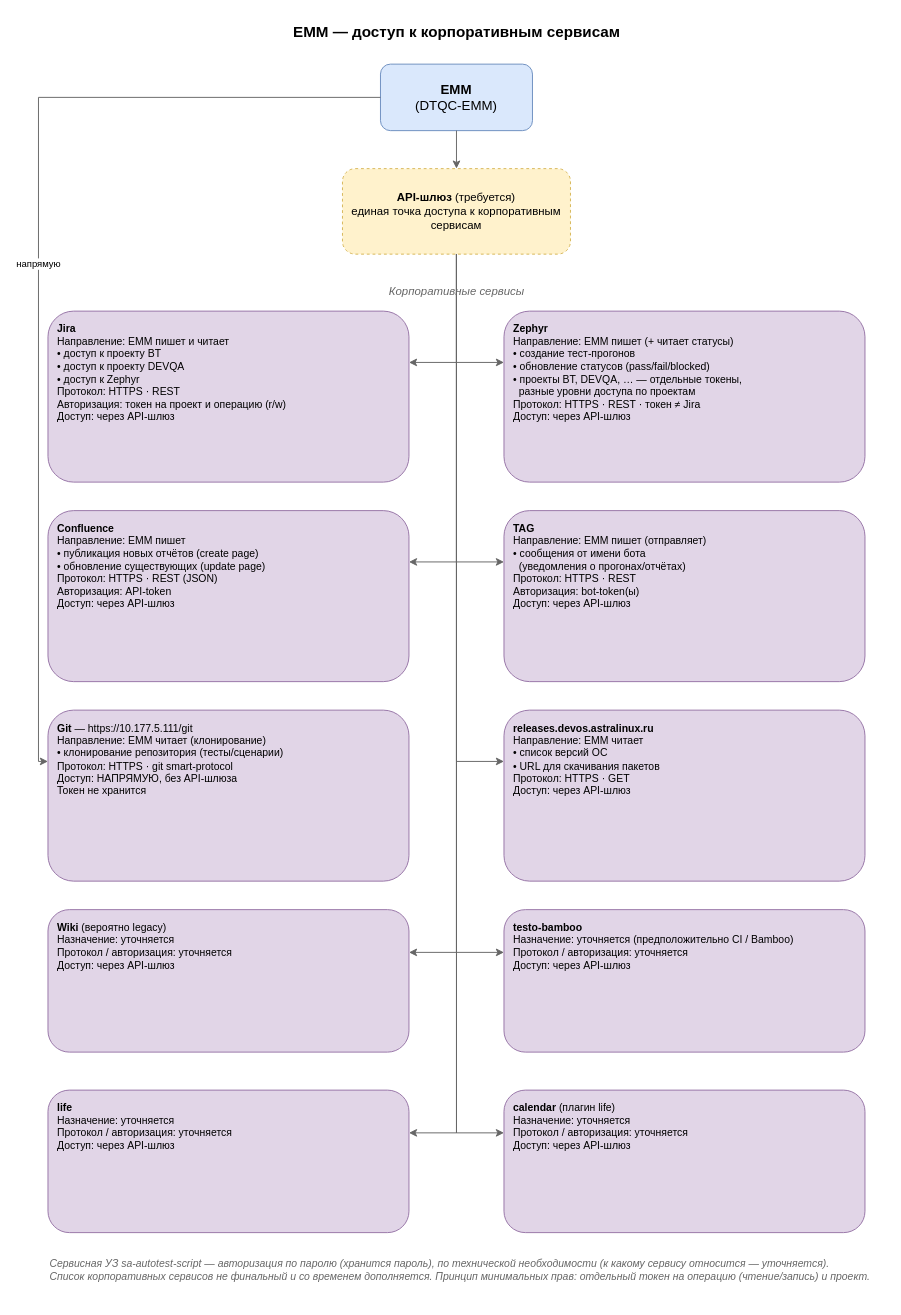
Earlier version of the draw.io diagram dbos_server_service/diagrams/external-integrations.drawio (N2OCaKeS/stress_test). Source tidied: cells renumbered, new cells numbered last; positions are measured from the earlier drawing's top-left corner, leaving out a move shared by most shapes. Both pictures are drawn from the tidied source at 95%, with x=0, y=0 at pixel (28, 16).
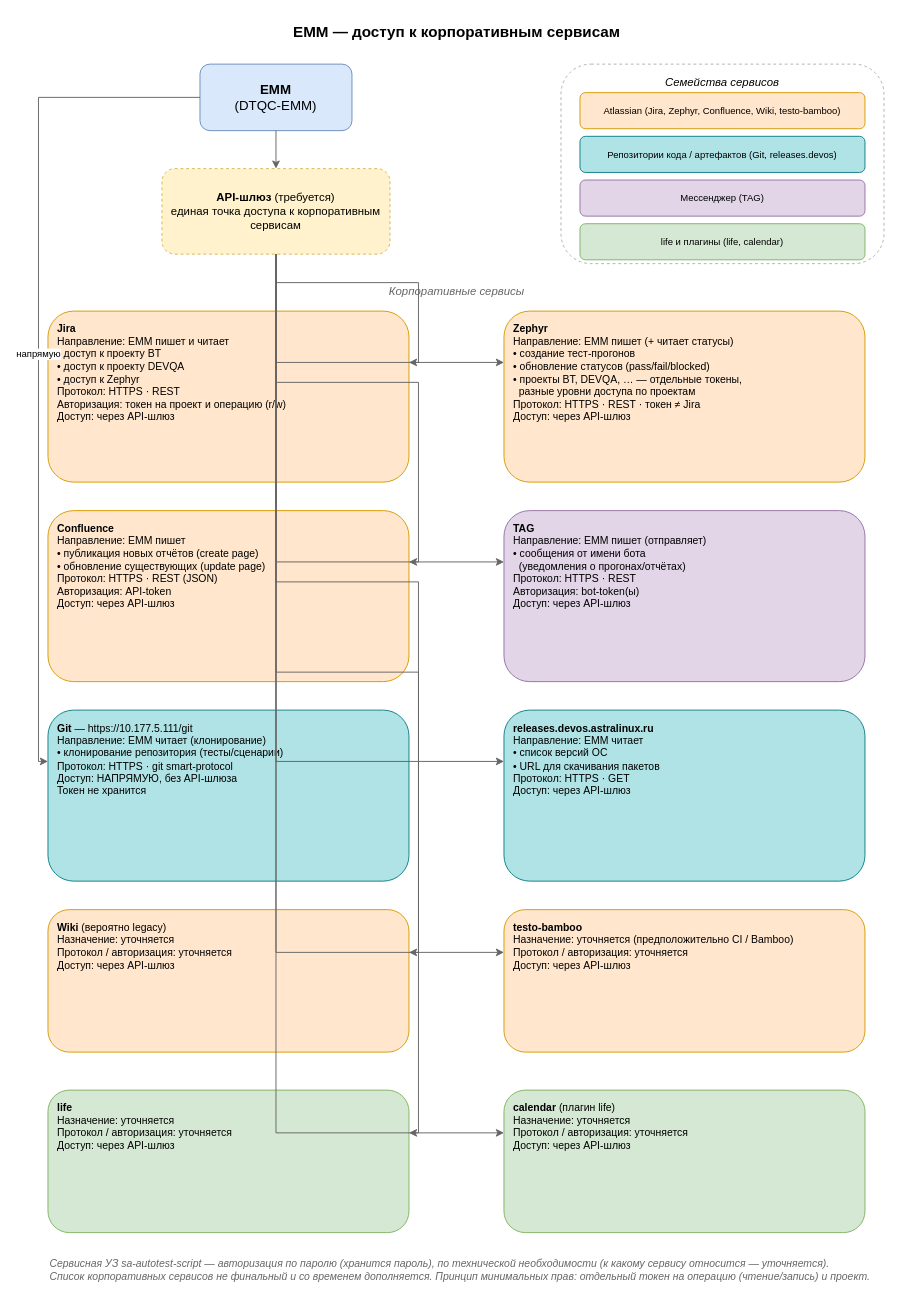
Above is the later version.

Commit message:
color service blocks by family with a family legend

Change to the diagram source:
```diff
@@
     <mxCell id="3" value="&lt;b&gt;EMM&lt;/b&gt;&lt;br&gt;(DTQC-EMM)" style="rounded=1;whiteSpace=wrap;html=1;fillColor=#dae8fc;strokeColor=#6c8ebf;fontSize=14;" parent="1" vertex="1">
-      <mxGeometry x="370" y="50" width="160" height="70" as="geometry" />
+      <mxGeometry x="180" y="50" width="160" height="70" as="geometry" />
     </mxCell>
     <mxCell id="4" value="&lt;b&gt;API-шлюз&lt;/b&gt; (требуется)&lt;br&gt;единая точка доступа к корпоративным сервисам" style="rounded=1;whiteSpace=wrap;html=1;fillColor=#fff2cc;strokeColor=#d6b656;dashed=1;fontSize=12;" parent="1" vertex="1">
-      <mxGeometry x="330" y="160" width="240" height="90" as="geometry" />
+      <mxGeometry x="140" y="160" width="240" height="90" as="geometry" />
     </mxCell>
+    <mxCell id="28" value="Семейства сервисов" style="rounded=1;whiteSpace=wrap;html=1;fillColor=none;strokeColor=#b0b0b0;verticalAlign=top;align=center;spacingTop=6;fontStyle=2;dashed=1;" parent="1" vertex="1">
+      <mxGeometry x="560" y="50" width="340" height="210" as="geometry" />
+    </mxCell>
+    <mxCell id="29" value="Atlassian (Jira, Zephyr, Confluence, Wiki, testo-bamboo)" style="rounded=1;whiteSpace=wrap;html=1;fillColor=#ffe6cc;strokeColor=#d79b00;fontSize=10;" parent="1" vertex="1">
+      <mxGeometry x="580" y="80" width="300" height="38" as="geometry" />
+    </mxCell>
+    <mxCell id="30" value="Репозитории кода / артефактов (Git, releases.devos)" style="rounded=1;whiteSpace=wrap;html=1;fillColor=#b0e3e6;strokeColor=#0e8088;fontSize=10;" parent="1" vertex="1">
+      <mxGeometry x="580" y="126" width="300" height="38" as="geometry" />
+    </mxCell>
+    <mxCell id="31" value="Мессенджер (TAG)" style="rounded=1;whiteSpace=wrap;html=1;fillColor=#e1d5e7;strokeColor=#9673a6;fontSize=10;" parent="1" vertex="1">
+      <mxGeometry x="580" y="172" width="300" height="38" as="geometry" />
+    </mxCell>
+    <mxCell id="32" value="life и плагины (life, calendar)" style="rounded=1;whiteSpace=wrap;html=1;fillColor=#d5e8d4;strokeColor=#82b366;fontSize=10;" parent="1" vertex="1">
+      <mxGeometry x="580" y="218" width="300" height="38" as="geometry" />
+    </mxCell>
@@
-    <mxCell id="6" value="&lt;b&gt;Jira&lt;/b&gt;&lt;br&gt;Направление: EMM пишет и читает&lt;br&gt;• доступ к проекту BT&lt;br&gt;• доступ к проекту DEVQA&lt;br&gt;• доступ к Zephyr&lt;br&gt;Протокол: HTTPS · REST&lt;br&gt;Авторизация: токен на проект и операцию (r/w)&lt;br&gt;Доступ: через API-шлюз" style="rounded=1;whiteSpace=wrap;html=1;fillColor=#e1d5e7;strokeColor=#9673a6;align=left;verticalAlign=top;spacingLeft=8;spacingTop=6;fontSize=11;" parent="1" vertex="1">
+    <mxCell id="6" value="&lt;b&gt;Jira&lt;/b&gt;&lt;br&gt;Направление: EMM пишет и читает&lt;br&gt;• доступ к проекту BT&lt;br&gt;• доступ к проекту DEVQA&lt;br&gt;• доступ к Zephyr&lt;br&gt;Протокол: HTTPS · REST&lt;br&gt;Авторизация: токен на проект и операцию (r/w)&lt;br&gt;Доступ: через API-шлюз" style="rounded=1;whiteSpace=wrap;html=1;fillColor=#ffe6cc;strokeColor=#d79b00;align=left;verticalAlign=top;spacingLeft=8;spacingTop=6;fontSize=11;" parent="1" vertex="1">
       <mxGeometry x="20" y="310" width="380" height="180" as="geometry" />
     </mxCell>
-    <mxCell id="7" value="&lt;b&gt;Zephyr&lt;/b&gt;&lt;br&gt;Направление: EMM пишет (+ читает статусы)&lt;br&gt;• создание тест-прогонов&lt;br&gt;• обновление статусов (pass/fail/blocked)&lt;br&gt;• проекты BT, DEVQA, … — отдельные токены,&lt;br&gt;  разные уровни доступа по проектам&lt;br&gt;Протокол: HTTPS · REST · токен ≠ Jira&lt;br&gt;Доступ: через API-шлюз" style="rounded=1;whiteSpace=wrap;html=1;fillColor=#e1d5e7;strokeColor=#9673a6;align=left;verticalAlign=top;spacingLeft=8;spacingTop=6;fontSize=11;" parent="1" vertex="1">
+    <mxCell id="7" value="&lt;b&gt;Zephyr&lt;/b&gt;&lt;br&gt;Направление: EMM пишет (+ читает статусы)&lt;br&gt;• создание тест-прогонов&lt;br&gt;• обновление статусов (pass/fail/blocked)&lt;br&gt;• проекты BT, DEVQA, … — отдельные токены,&lt;br&gt;  разные уровни доступа по проектам&lt;br&gt;Протокол: HTTPS · REST · токен ≠ Jira&lt;br&gt;Доступ: через API-шлюз" style="rounded=1;whiteSpace=wrap;html=1;fillColor=#ffe6cc;strokeColor=#d79b00;align=left;verticalAlign=top;spacingLeft=8;spacingTop=6;fontSize=11;" parent="1" vertex="1">
       <mxGeometry x="500" y="310" width="380" height="180" as="geometry" />
     </mxCell>
-    <mxCell id="8" value="&lt;b&gt;Confluence&lt;/b&gt;&lt;br&gt;Направление: EMM пишет&lt;br&gt;• публикация новых отчётов (create page)&lt;br&gt;• обновление существующих (update page)&lt;br&gt;Протокол: HTTPS · REST (JSON)&lt;br&gt;Авторизация: API-token&lt;br&gt;Доступ: через API-шлюз" style="rounded=1;whiteSpace=wrap;html=1;fillColor=#e1d5e7;strokeColor=#9673a6;align=left;verticalAlign=top;spacingLeft=8;spacingTop=6;fontSize=11;" parent="1" vertex="1">
+    <mxCell id="8" value="&lt;b&gt;Confluence&lt;/b&gt;&lt;br&gt;Направление: EMM пишет&lt;br&gt;• публикация новых отчётов (create page)&lt;br&gt;• обновление существующих (update page)&lt;br&gt;Протокол: HTTPS · REST (JSON)&lt;br&gt;Авторизация: API-token&lt;br&gt;Доступ: через API-шлюз" style="rounded=1;whiteSpace=wrap;html=1;fillColor=#ffe6cc;strokeColor=#d79b00;align=left;verticalAlign=top;spacingLeft=8;spacingTop=6;fontSize=11;" parent="1" vertex="1">
       <mxGeometry x="20" y="520" width="380" height="180" as="geometry" />
     </mxCell>
@@
-    <mxCell id="10" value="&lt;b&gt;Git&lt;/b&gt; — https://10.177.5.111/git&lt;br&gt;Направление: EMM читает (клонирование)&lt;br&gt;• клонирование репозитория (тесты/сценарии)&lt;br&gt;Протокол: HTTPS · git smart-protocol&lt;br&gt;Доступ: НАПРЯМУЮ, без API-шлюза&lt;br&gt;Токен не хранится" style="rounded=1;whiteSpace=wrap;html=1;fillColor=#e1d5e7;strokeColor=#9673a6;align=left;verticalAlign=top;spacingLeft=8;spacingTop=6;fontSize=11;" parent="1" vertex="1">
+    <mxCell id="10" value="&lt;b&gt;Git&lt;/b&gt; — https://10.177.5.111/git&lt;br&gt;Направление: EMM читает (клонирование)&lt;br&gt;• клонирование репозитория (тесты/сценарии)&lt;br&gt;Протокол: HTTPS · git smart-protocol&lt;br&gt;Доступ: НАПРЯМУЮ, без API-шлюза&lt;br&gt;Токен не хранится" style="rounded=1;whiteSpace=wrap;html=1;fillColor=#b0e3e6;strokeColor=#0e8088;align=left;verticalAlign=top;spacingLeft=8;spacingTop=6;fontSize=11;" parent="1" vertex="1">
       <mxGeometry x="20" y="730" width="380" height="180" as="geometry" />
     </mxCell>
-    <mxCell id="11" value="&lt;b&gt;releases.devos.astralinux.ru&lt;/b&gt;&lt;br&gt;Направление: EMM читает&lt;br&gt;• список версий ОС&lt;br&gt;• URL для скачивания пакетов&lt;br&gt;Протокол: HTTPS · GET&lt;br&gt;Доступ: через API-шлюз" style="rounded=1;whiteSpace=wrap;html=1;fillColor=#e1d5e7;strokeColor=#9673a6;align=left;verticalAlign=top;spacingLeft=8;spacingTop=6;fontSize=11;" parent="1" vertex="1">
+    <mxCell id="11" value="&lt;b&gt;releases.devos.astralinux.ru&lt;/b&gt;&lt;br&gt;Направление: EMM читает&lt;br&gt;• список версий ОС&lt;br&gt;• URL для скачивания пакетов&lt;br&gt;Протокол: HTTPS · GET&lt;br&gt;Доступ: через API-шлюз" style="rounded=1;whiteSpace=wrap;html=1;fillColor=#b0e3e6;strokeColor=#0e8088;align=left;verticalAlign=top;spacingLeft=8;spacingTop=6;fontSize=11;" parent="1" vertex="1">
       <mxGeometry x="500" y="730" width="380" height="180" as="geometry" />
     </mxCell>
-    <mxCell id="12" value="&lt;b&gt;Wiki&lt;/b&gt; (вероятно legacy)&lt;br&gt;Назначение: уточняется&lt;br&gt;Протокол / авторизация: уточняется&lt;br&gt;Доступ: через API-шлюз" style="rounded=1;whiteSpace=wrap;html=1;fillColor=#e1d5e7;strokeColor=#9673a6;align=left;verticalAlign=top;spacingLeft=8;spacingTop=6;fontSize=11;" parent="1" vertex="1">
+    <mxCell id="12" value="&lt;b&gt;Wiki&lt;/b&gt; (вероятно legacy)&lt;br&gt;Назначение: уточняется&lt;br&gt;Протокол / авторизация: уточняется&lt;br&gt;Доступ: через API-шлюз" style="rounded=1;whiteSpace=wrap;html=1;fillColor=#ffe6cc;strokeColor=#d79b00;align=left;verticalAlign=top;spacingLeft=8;spacingTop=6;fontSize=11;" parent="1" vertex="1">
       <mxGeometry x="20" y="940" width="380" height="150" as="geometry" />
     </mxCell>
-    <mxCell id="13" value="&lt;b&gt;testo-bamboo&lt;/b&gt;&lt;br&gt;Назначение: уточняется (предположительно CI / Bamboo)&lt;br&gt;Протокол / авторизация: уточняется&lt;br&gt;Доступ: через API-шлюз" style="rounded=1;whiteSpace=wrap;html=1;fillColor=#e1d5e7;strokeColor=#9673a6;align=left;verticalAlign=top;spacingLeft=8;spacingTop=6;fontSize=11;" parent="1" vertex="1">
+    <mxCell id="13" value="&lt;b&gt;testo-bamboo&lt;/b&gt;&lt;br&gt;Назначение: уточняется (предположительно CI / Bamboo)&lt;br&gt;Протокол / авторизация: уточняется&lt;br&gt;Доступ: через API-шлюз" style="rounded=1;whiteSpace=wrap;html=1;fillColor=#ffe6cc;strokeColor=#d79b00;align=left;verticalAlign=top;spacingLeft=8;spacingTop=6;fontSize=11;" parent="1" vertex="1">
       <mxGeometry x="500" y="940" width="380" height="150" as="geometry" />
     </mxCell>
-    <mxCell id="14" value="&lt;b&gt;life&lt;/b&gt;&lt;br&gt;Назначение: уточняется&lt;br&gt;Протокол / авторизация: уточняется&lt;br&gt;Доступ: через API-шлюз" style="rounded=1;whiteSpace=wrap;html=1;fillColor=#e1d5e7;strokeColor=#9673a6;align=left;verticalAlign=top;spacingLeft=8;spacingTop=6;fontSize=11;" parent="1" vertex="1">
+    <mxCell id="14" value="&lt;b&gt;life&lt;/b&gt;&lt;br&gt;Назначение: уточняется&lt;br&gt;Протокол / авторизация: уточняется&lt;br&gt;Доступ: через API-шлюз" style="rounded=1;whiteSpace=wrap;html=1;fillColor=#d5e8d4;strokeColor=#82b366;align=left;verticalAlign=top;spacingLeft=8;spacingTop=6;fontSize=11;" parent="1" vertex="1">
       <mxGeometry x="20" y="1130" width="380" height="150" as="geometry" />
     </mxCell>
-    <mxCell id="15" value="&lt;b&gt;calendar&lt;/b&gt; (плагин life)&lt;br&gt;Назначение: уточняется&lt;br&gt;Протокол / авторизация: уточняется&lt;br&gt;Доступ: через API-шлюз" style="rounded=1;whiteSpace=wrap;html=1;fillColor=#e1d5e7;strokeColor=#9673a6;align=left;verticalAlign=top;spacingLeft=8;spacingTop=6;fontSize=11;" parent="1" vertex="1">
+    <mxCell id="15" value="&lt;b&gt;calendar&lt;/b&gt; (плагин life)&lt;br&gt;Назначение: уточняется&lt;br&gt;Протокол / авторизация: уточняется&lt;br&gt;Доступ: через API-шлюз" style="rounded=1;whiteSpace=wrap;html=1;fillColor=#d5e8d4;strokeColor=#82b366;align=left;verticalAlign=top;spacingLeft=8;spacingTop=6;fontSize=11;" parent="1" vertex="1">
       <mxGeometry x="500" y="1130" width="380" height="150" as="geometry" />
     </mxCell>
```
